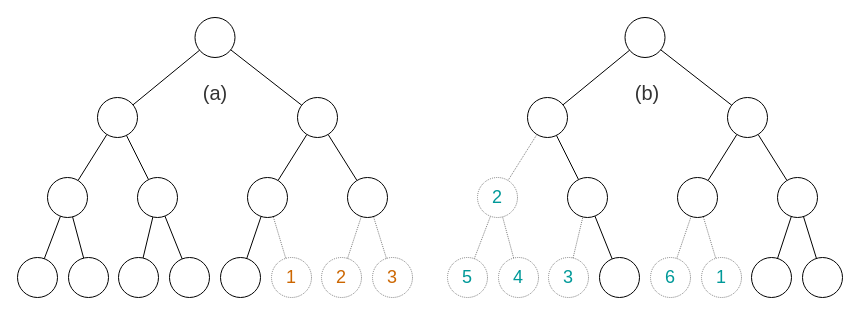
The draw.io diagram data_structures/bst_v_cbt.drawio in lgreco/images, before the edit. Source tidied: cells renumbered, new cells numbered last; positions are measured from the earlier drawing's top-left corner, leaving out a move shared by most shapes. Both pictures are drawn from the tidied source at 100%, with x=0, y=0 at pixel (17, 17).
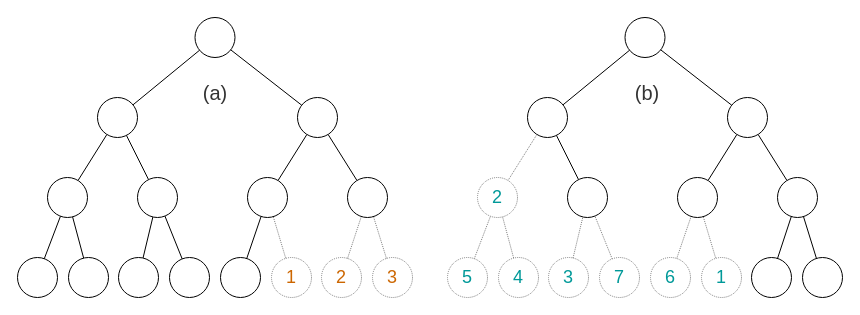
After the change.

The change refers to these unchanged cells:
```xml
<mxCell id="48" style="ellipse;whiteSpace=wrap;html=1;" parent="1" vertex="1">
  <mxGeometry x="550" y="160" width="40" height="40" as="geometry" />
</mxCell>
```

Diff of the diagram source:
```diff
@@
-    <mxCell id="37" style="endArrow=none;html=1;rounded=0;" parent="1" edge="1" source="56" target="48">
+    <mxCell id="37" style="endArrow=none;html=1;rounded=0;dashed=1;dashPattern=1 1;strokeColor=#808080;" parent="1" edge="1" source="56" target="48">
       <mxGeometry relative="1" as="geometry" />
     </mxCell>
@@
-    <mxCell id="56" style="ellipse;whiteSpace=wrap;html=1;" parent="1" vertex="1">
+    <mxCell id="56" value="&lt;font color=&quot;#009999&quot;&gt;&lt;span style=&quot;font-size: 18px;&quot;&gt;7&lt;/span&gt;&lt;/font&gt;" style="ellipse;whiteSpace=wrap;html=1;dashed=1;dashPattern=1 1;strokeColor=#808080;" parent="1" vertex="1">
       <mxGeometry x="582" y="240" width="40" height="40" as="geometry" />
     </mxCell>
```
